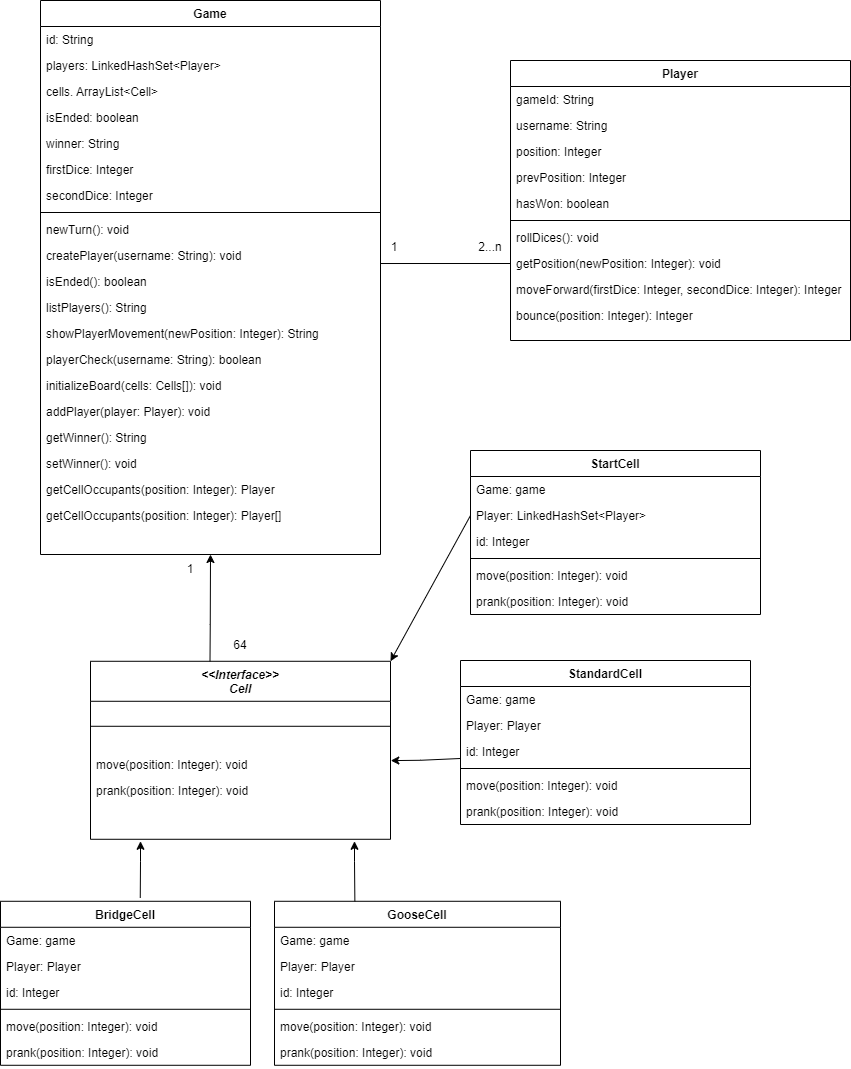
Before: Diagrams/Class Diagram/TheGooseGame_ClassDiagram.png, a diagram exported from draw.io (diegorodolfofranco/the-goose-game). Source tidied: cells renumbered, new cells last; positions are measured from the earlier drawing's top-left corner, leaving out a move shared by most shapes.
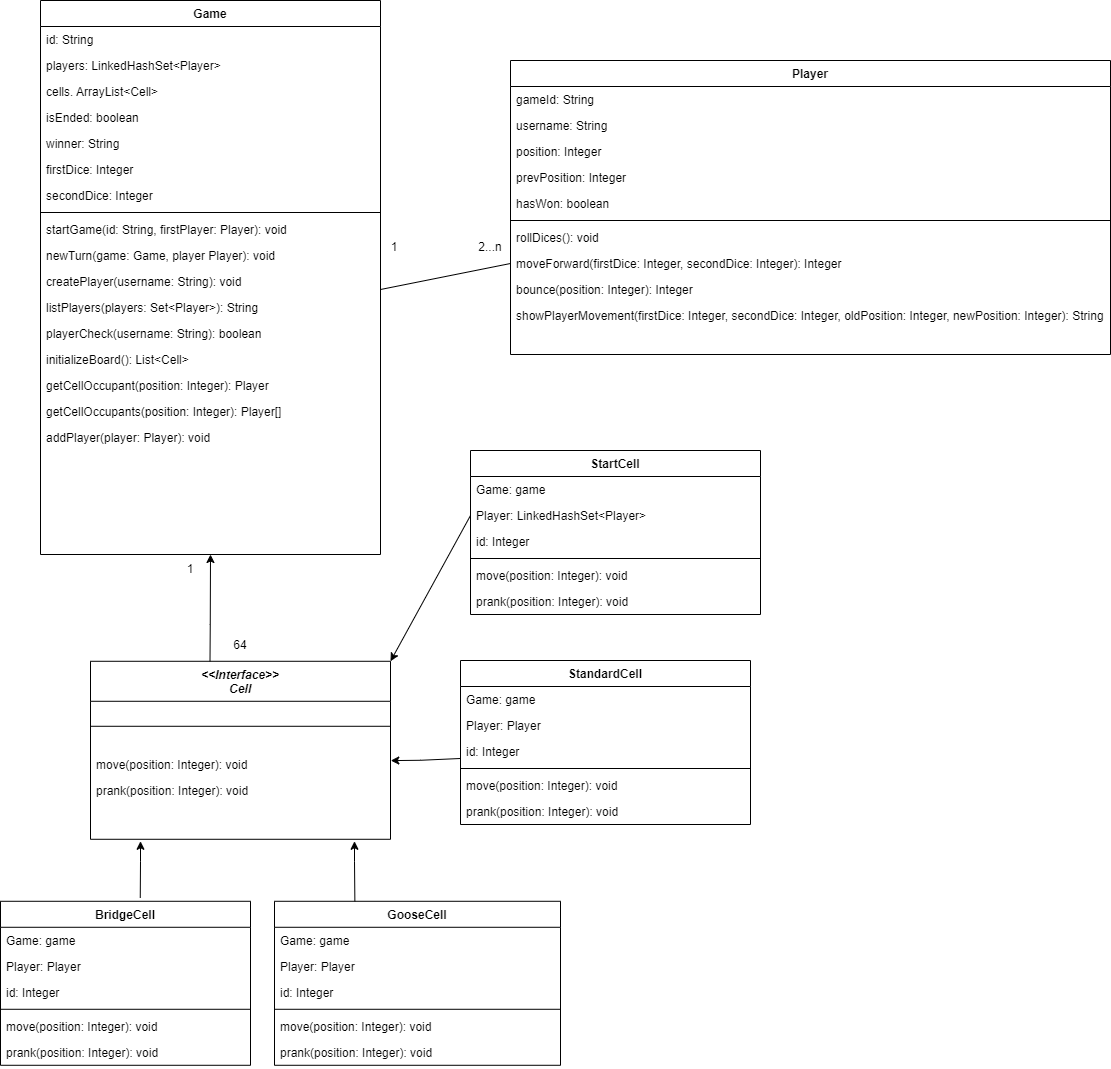
The same file after the commit.

Commit message:
Updated code and diagrams

Diff of the diagram source:
```diff
@@ -29,42 +29,33 @@
     <mxCell id="10" style="line;html=1;strokeWidth=1;align=left;verticalAlign=middle;spacingTop=-1;spacingLeft=3;spacingRight=3;labelPosition=right;" parent="2" vertex="1">
       <mxGeometry y="208" width="340" height="8" as="geometry" />
     </mxCell>
+    <mxCell id="76" value="startGame(id: String, firstPlayer: Player): void" style="text;align=left;verticalAlign=top;spacingLeft=4;spacingRight=4;overflow=hidden;" parent="2" vertex="1">
+      <mxGeometry y="216" width="340" height="26" as="geometry" />
+    </mxCell>
-    <mxCell id="11" value="newTurn(): void" style="text;align=left;verticalAlign=top;spacingLeft=4;spacingRight=4;overflow=hidden;" parent="2" vertex="1">
-      <mxGeometry y="216" width="340" height="26" as="geometry" />
+    <mxCell id="11" value="newTurn(game: Game, player Player): void" style="text;align=left;verticalAlign=top;spacingLeft=4;spacingRight=4;overflow=hidden;" parent="2" vertex="1">
+      <mxGeometry y="242" width="340" height="26" as="geometry" />
     </mxCell>
     <mxCell id="12" value="createPlayer(username: String): void" style="text;align=left;verticalAlign=top;spacingLeft=4;spacingRight=4;overflow=hidden;points=[[0,0.5],[1,0.5]];portConstraint=eastwest;" parent="2" vertex="1">
-      <mxGeometry y="242" width="340" height="26" as="geometry" />
+      <mxGeometry y="268" width="340" height="26" as="geometry" />
     </mxCell>
-    <mxCell id="13" value="isEnded(): boolean" style="text;align=left;verticalAlign=top;spacingLeft=4;spacingRight=4;overflow=hidden;" parent="2" vertex="1">
-      <mxGeometry y="268" width="340" height="26" as="geometry" />
-    </mxCell>
-    <mxCell id="14" value="listPlayers(): String" style="text;align=left;verticalAlign=top;spacingLeft=4;spacingRight=4;overflow=hidden;" parent="2" vertex="1">
+    <mxCell id="14" value="listPlayers(players: Set&lt;Player&gt;): String" style="text;align=left;verticalAlign=top;spacingLeft=4;spacingRight=4;overflow=hidden;" parent="2" vertex="1">
       <mxGeometry y="294" width="340" height="26" as="geometry" />
     </mxCell>
-    <mxCell id="15" value="showPlayerMovement(newPosition: Integer): String" style="text;align=left;verticalAlign=top;spacingLeft=4;spacingRight=4;overflow=hidden;" parent="2" vertex="1">
-      <mxGeometry y="320" width="340" height="26" as="geometry" />
-    </mxCell>
     <mxCell id="16" value="playerCheck(username: String): boolean" style="text;align=left;verticalAlign=top;spacingLeft=4;spacingRight=4;overflow=hidden;" parent="2" vertex="1">
-      <mxGeometry y="346" width="340" height="26" as="geometry" />
+      <mxGeometry y="320" width="340" height="26" as="geometry" />
     </mxCell>
-    <mxCell id="17" value="initializeBoard(cells: Cells[]): void" style="text;align=left;verticalAlign=top;spacingLeft=4;spacingRight=4;overflow=hidden;" parent="2" vertex="1">
-      <mxGeometry y="372" width="340" height="26" as="geometry" />
+    <mxCell id="17" value="initializeBoard(): List&lt;Cell&gt;" style="text;align=left;verticalAlign=top;spacingLeft=4;spacingRight=4;overflow=hidden;" parent="2" vertex="1">
+      <mxGeometry y="346" width="340" height="26" as="geometry" />
     </mxCell>
-    <mxCell id="18" value="addPlayer(player: Player): void" style="text;align=left;verticalAlign=top;spacingLeft=4;spacingRight=4;overflow=hidden;" parent="2" vertex="1">
-      <mxGeometry y="398" width="340" height="26" as="geometry" />
-    </mxCell>
-    <mxCell id="19" value="getWinner(): String" style="text;align=left;verticalAlign=top;spacingLeft=4;spacingRight=4;overflow=hidden;" parent="2" vertex="1">
-      <mxGeometry y="424" width="340" height="26" as="geometry" />
-    </mxCell>
-    <mxCell id="20" value="setWinner(): void" style="text;align=left;verticalAlign=top;spacingLeft=4;spacingRight=4;overflow=hidden;" parent="2" vertex="1">
-      <mxGeometry y="450" width="340" height="26" as="geometry" />
-    </mxCell>
-    <mxCell id="21" value="getCellOccupants(position: Integer): Player" style="text;align=left;verticalAlign=top;spacingLeft=4;spacingRight=4;overflow=hidden;" parent="2" vertex="1">
-      <mxGeometry y="476" width="340" height="26" as="geometry" />
+    <mxCell id="21" value="getCellOccupant(position: Integer): Player" style="text;align=left;verticalAlign=top;spacingLeft=4;spacingRight=4;overflow=hidden;" parent="2" vertex="1">
+      <mxGeometry y="372" width="340" height="26" as="geometry" />
     </mxCell>
     <mxCell id="22" value="getCellOccupants(position: Integer): Player[]" style="text;align=left;verticalAlign=top;spacingLeft=4;spacingRight=4;overflow=hidden;" parent="2" vertex="1">
-      <mxGeometry y="502" width="340" height="26" as="geometry" />
+      <mxGeometry y="398" width="340" height="26" as="geometry" />
     </mxCell>
+    <mxCell id="18" value="addPlayer(player: Player): void" style="text;align=left;verticalAlign=top;spacingLeft=4;spacingRight=4;overflow=hidden;" parent="2" vertex="1">
+      <mxGeometry y="424" width="340" height="26" as="geometry" />
+    </mxCell>
     <mxCell id="23" value="&lt;&lt;Interface&gt;&gt;&#10;Cell" style="swimlane;fontStyle=3;align=center;verticalAlign=top;horizontal=1;startSize=40;rounded=0;shadow=0;strokeWidth=1;" parent="1" vertex="1">
       <mxGeometry x="90" y="660.8" width="300" height="178" as="geometry" />
     </mxCell>
@@ -78,38 +69,38 @@
       <mxGeometry y="116" width="300" height="26" as="geometry" />
     </mxCell>
     <mxCell id="27" value="Player" style="swimlane;fontStyle=1;align=center;verticalAlign=top;horizontal=1;startSize=26;rounded=0;shadow=0;strokeWidth=1;" parent="1" vertex="1">
-      <mxGeometry x="510" y="60" width="340" height="280" as="geometry" />
+      <mxGeometry x="510" y="60" width="600" height="294" as="geometry" />
     </mxCell>
     <mxCell id="28" value="gameId: String" style="text;align=left;verticalAlign=top;spacingLeft=4;spacingRight=4;overflow=hidden;" parent="27" vertex="1">
-      <mxGeometry y="26" width="340" height="26" as="geometry" />
+      <mxGeometry y="26" width="600" height="26" as="geometry" />
     </mxCell>
     <mxCell id="29" value="username: String" style="text;align=left;verticalAlign=top;spacingLeft=4;spacingRight=4;overflow=hidden;" parent="27" vertex="1">
-      <mxGeometry y="52" width="340" height="26" as="geometry" />
+      <mxGeometry y="52" width="600" height="26" as="geometry" />
     </mxCell>
     <mxCell id="30" value="position: Integer" style="text;align=left;verticalAlign=top;spacingLeft=4;spacingRight=4;overflow=hidden;rounded=0;shadow=0;html=0;" parent="27" vertex="1">
-      <mxGeometry y="78" width="340" height="26" as="geometry" />
+      <mxGeometry y="78" width="600" height="26" as="geometry" />
     </mxCell>
     <mxCell id="31" value="prevPosition: Integer" style="text;align=left;verticalAlign=top;spacingLeft=4;spacingRight=4;overflow=hidden;rounded=0;shadow=0;html=0;" parent="27" vertex="1">
-      <mxGeometry y="104" width="340" height="26" as="geometry" />
+      <mxGeometry y="104" width="600" height="26" as="geometry" />
     </mxCell>
     <mxCell id="32" value="hasWon: boolean" style="text;align=left;verticalAlign=top;spacingLeft=4;spacingRight=4;overflow=hidden;rounded=0;shadow=0;html=0;" parent="27" vertex="1">
-      <mxGeometry y="130" width="340" height="26" as="geometry" />
+      <mxGeometry y="130" width="600" height="26" as="geometry" />
     </mxCell>
     <mxCell id="33" style="line;html=1;strokeWidth=1;align=left;verticalAlign=middle;spacingTop=-1;spacingLeft=3;spacingRight=3;labelPosition=right;" parent="27" vertex="1">
-      <mxGeometry y="156" width="340" height="8" as="geometry" />
+      <mxGeometry y="156" width="600" height="8" as="geometry" />
     </mxCell>
     <mxCell id="34" value="rollDices(): void" style="text;align=left;verticalAlign=top;spacingLeft=4;spacingRight=4;overflow=hidden;" parent="27" vertex="1">
-      <mxGeometry y="164" width="340" height="26" as="geometry" />
+      <mxGeometry y="164" width="600" height="26" as="geometry" />
     </mxCell>
-    <mxCell id="35" value="getPosition(newPosition: Integer): void" style="text;align=left;verticalAlign=top;spacingLeft=4;spacingRight=4;overflow=hidden;points=[[0,0.5],[1,0.5]];portConstraint=eastwest;" parent="27" vertex="1">
-      <mxGeometry y="190" width="340" height="26" as="geometry" />
-    </mxCell>
     <mxCell id="36" value="moveForward(firstDice: Integer, secondDice: Integer): Integer" style="text;align=left;verticalAlign=top;spacingLeft=4;spacingRight=4;overflow=hidden;" parent="27" vertex="1">
-      <mxGeometry y="216" width="340" height="26" as="geometry" />
+      <mxGeometry y="190" width="600" height="26" as="geometry" />
     </mxCell>
     <mxCell id="37" value="bounce(position: Integer): Integer" style="text;align=left;verticalAlign=top;spacingLeft=4;spacingRight=4;overflow=hidden;" parent="27" vertex="1">
-      <mxGeometry y="242" width="340" height="26" as="geometry" />
+      <mxGeometry y="216" width="600" height="26" as="geometry" />
     </mxCell>
+    <mxCell id="77" value="showPlayerMovement(firstDice: Integer, secondDice: Integer, oldPosition: Integer, newPosition: Integer): String" style="text;align=left;verticalAlign=top;spacingLeft=4;spacingRight=4;overflow=hidden;" parent="27" vertex="1">
+      <mxGeometry y="242" width="600" height="26" as="geometry" />
+    </mxCell>
     <mxCell id="38" value="BridgeCell" style="swimlane;fontStyle=1;align=center;verticalAlign=top;horizontal=1;startSize=26;rounded=0;shadow=0;strokeWidth=1;" parent="1" vertex="1">
       <mxGeometry y="900.8" width="250" height="164" as="geometry" />
     </mxCell>
@@ -200,8 +191,10 @@
     <mxCell id="62" value="64" style="text;html=1;strokeColor=none;fillColor=none;align=center;verticalAlign=middle;whiteSpace=wrap;rounded=0;" parent="1" vertex="1">
       <mxGeometry x="210" y="630" width="60" height="30" as="geometry" />
     </mxCell>
-    <mxCell id="63" style="endArrow=none;html=1;rounded=0;entryX=0;entryY=0.5;entryDx=0;entryDy=0;exitX=1;exitY=0.808;exitDx=0;exitDy=0;exitPerimeter=0;" parent="1" edge="1" source="12" target="35">
-      <mxGeometry relative="1" as="geometry" />
+    <mxCell id="63" style="endArrow=none;html=1;rounded=0;entryX=0;entryY=0.5;entryDx=0;entryDy=0;exitX=1;exitY=0.808;exitDx=0;exitDy=0;exitPerimeter=0;" parent="1" edge="1" source="12">
+      <mxGeometry relative="1" as="geometry">
+        <mxPoint x="510" y="263" as="targetPoint" />
+      </mxGeometry>
     </mxCell>
     <mxCell id="64" value="1" style="text;html=1;strokeColor=none;fillColor=none;align=center;verticalAlign=middle;whiteSpace=wrap;rounded=0;" parent="1" vertex="1">
       <mxGeometry x="364" y="232" width="60" height="30" as="geometry" />
```
